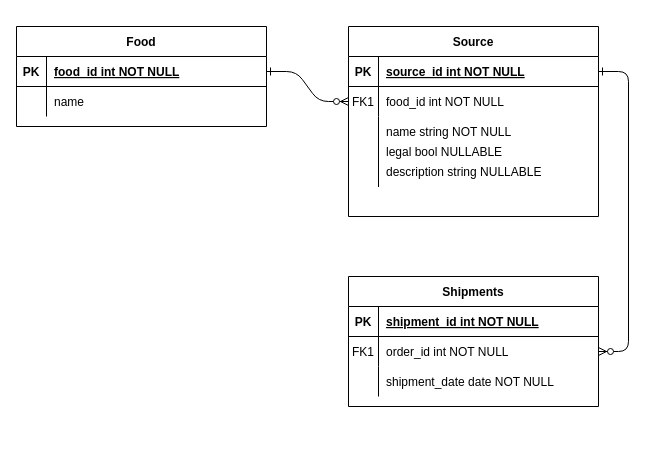
Earlier version of the draw.io diagram Untitled Diagram.drawio (dvnrsn/scd-scraper). Source tidied: cells renumbered, new cells numbered last; positions are measured from the earlier drawing's top-left corner, leaving out a move shared by most shapes. Both pictures are drawn from the tidied source at 100%, with x=0, y=0 at pixel (16, 26).
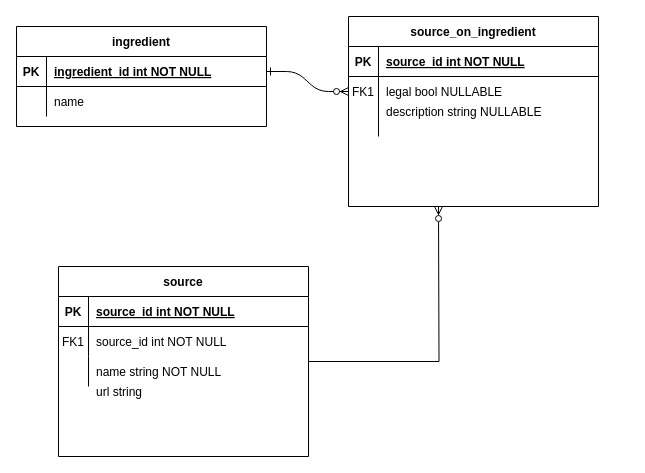
Above is the later version.

Commit message:
Isolate source

The change refers to these unchanged cells:
```xml
<mxCell id="5" style="shape=partialRectangle;fillColor=none;points=[[0,0.5],[1,0.5]];portConstraint=eastwest;top=0;left=0;right=0;bottom=1;" parent="4" vertex="1">
  <mxGeometry y="30" width="250" height="30" as="geometry" />
</mxCell>
<mxCell id="8" style="shape=partialRectangle;fillColor=none;points=[[0,0.5],[1,0.5]];portConstraint=eastwest;top=0;left=0;right=0;bottom=0;" parent="4" vertex="1">
  <mxGeometry y="60" width="250" height="30" as="geometry" />
</mxCell>
<mxCell id="11" style="shape=partialRectangle;fillColor=none;top=0;left=0;right=0;bottom=0;" parent="4" vertex="1">
  <mxGeometry y="90" width="250" height="30" as="geometry" />
</mxCell>
<mxCell id="25" style="shape=partialRectangle;fillColor=none;points=[[0,0.5],[1,0.5]];portConstraint=eastwest;top=0;left=0;right=0;bottom=1;" parent="24" vertex="1">
  <mxGeometry y="30" width="250" height="30" as="geometry" />
</mxCell>
```

Change to the diagram source:
```diff
@@
-    <mxCell id="3" style="edgeStyle=entityRelationEdgeStyle;endArrow=ERzeroToMany;startArrow=ERone;endFill=1;startFill=0;" parent="1" edge="1" source="5" target="18">
-      <mxGeometry relative="1" as="geometry" />
-    </mxCell>
-    <mxCell id="4" value="Source" style="shape=table;startSize=30;childLayout=tableLayout;rowLines=0;fontStyle=1;align=center;" parent="1" vertex="1">
-      <mxGeometry x="332" width="250" height="190" as="geometry" />
+    <mxCell id="4" value="source_on_ingredient" style="shape=table;startSize=30;childLayout=tableLayout;rowLines=0;fontStyle=1;align=center;" parent="1" vertex="1">
+      <mxGeometry x="332" y="-10" width="250" height="190" as="geometry" />
     </mxCell>
@@
-    <mxCell id="10" value="food_id int NOT NULL" style="shape=partialRectangle;overflow=hidden;fillColor=none;top=0;left=0;bottom=0;right=0;align=left;spacingLeft=6;" parent="8" vertex="1">
+    <mxCell id="10" style="shape=partialRectangle;overflow=hidden;fillColor=none;top=0;left=0;bottom=0;right=0;align=left;spacingLeft=6;" parent="8" vertex="1">
       <mxGeometry x="30" width="220" height="30" as="geometry" />
     </mxCell>
@@
-    <mxCell id="13" value="name string NOT NULL" style="shape=partialRectangle;overflow=hidden;fillColor=none;top=0;left=0;bottom=0;right=0;align=left;spacingLeft=6;" parent="11" vertex="1">
+    <mxCell id="13" style="shape=partialRectangle;overflow=hidden;fillColor=none;top=0;left=0;bottom=0;right=0;align=left;spacingLeft=6;" parent="11" vertex="1">
       <mxGeometry x="30" width="220" height="30" as="geometry" />
     </mxCell>
-    <mxCell id="14" value="Shipments" style="shape=table;startSize=30;childLayout=tableLayout;rowLines=0;fontStyle=1;align=center;" parent="1" vertex="1">
-      <mxGeometry x="332" y="250" width="250" height="130" as="geometry" />
-    </mxCell>
-    <mxCell id="15" style="shape=partialRectangle;fillColor=none;top=0;left=0;right=0;bottom=1;" parent="14" vertex="1">
-      <mxGeometry y="30" width="250" height="30" as="geometry" />
-    </mxCell>
-    <mxCell id="16" value="PK" style="shape=partialRectangle;overflow=hidden;fillColor=none;top=0;left=0;bottom=0;right=0;fontStyle=1;" parent="15" vertex="1">
-      <mxGeometry width="30" height="30" as="geometry" />
-    </mxCell>
-    <mxCell id="17" value="shipment_id int NOT NULL " style="shape=partialRectangle;overflow=hidden;fillColor=none;top=0;left=0;bottom=0;right=0;align=left;spacingLeft=6;fontStyle=5;" parent="15" vertex="1">
-      <mxGeometry x="30" width="220" height="30" as="geometry" />
-    </mxCell>
-    <mxCell id="18" style="shape=partialRectangle;fillColor=none;points=[[0,0.5],[1,0.5]];portConstraint=eastwest;top=0;left=0;right=0;bottom=0;" parent="14" vertex="1">
-      <mxGeometry y="60" width="250" height="30" as="geometry" />
-    </mxCell>
-    <mxCell id="19" value="FK1" style="shape=partialRectangle;overflow=hidden;fillColor=none;top=0;left=0;bottom=0;right=0;" parent="18" vertex="1">
-      <mxGeometry width="30" height="30" as="geometry" />
-    </mxCell>
-    <mxCell id="20" value="order_id int NOT NULL" style="shape=partialRectangle;overflow=hidden;fillColor=none;top=0;left=0;bottom=0;right=0;align=left;spacingLeft=6;" parent="18" vertex="1">
-      <mxGeometry x="30" width="220" height="30" as="geometry" />
-    </mxCell>
-    <mxCell id="21" style="shape=partialRectangle;fillColor=none;top=0;left=0;right=0;bottom=0;" parent="14" vertex="1">
-      <mxGeometry y="90" width="250" height="30" as="geometry" />
-    </mxCell>
-    <mxCell id="22" style="shape=partialRectangle;overflow=hidden;fillColor=none;top=0;left=0;bottom=0;right=0;" parent="21" vertex="1">
-      <mxGeometry width="30" height="30" as="geometry" />
-    </mxCell>
-    <mxCell id="23" value="shipment_date date NOT NULL" style="shape=partialRectangle;overflow=hidden;fillColor=none;top=0;left=0;bottom=0;right=0;align=left;spacingLeft=6;" parent="21" vertex="1">
-      <mxGeometry x="30" width="220" height="30" as="geometry" />
-    </mxCell>
-    <mxCell id="24" value="Food" style="shape=table;startSize=30;childLayout=tableLayout;rowLines=0;fontStyle=1;align=center;" parent="1" vertex="1">
+    <mxCell id="24" value="ingredient" style="shape=table;startSize=30;childLayout=tableLayout;rowLines=0;fontStyle=1;align=center;" parent="1" vertex="1">
       <mxGeometry width="250" height="100" as="geometry" />
     </mxCell>
@@
-    <mxCell id="27" value="food_id int NOT NULL " style="shape=partialRectangle;overflow=hidden;fillColor=none;top=0;left=0;bottom=0;right=0;align=left;spacingLeft=6;fontStyle=5;" parent="25" vertex="1">
+    <mxCell id="27" value="ingredient_id int NOT NULL " style="shape=partialRectangle;overflow=hidden;fillColor=none;top=0;left=0;bottom=0;right=0;align=left;spacingLeft=6;fontStyle=5;" parent="25" vertex="1">
       <mxGeometry x="30" width="220" height="30" as="geometry" />
     </mxCell>
@@
     <mxCell id="31" value="legal bool NULLABLE" style="shape=partialRectangle;overflow=hidden;fillColor=none;top=0;left=1;bottom=0;right=0;align=left;spacingLeft=6;" parent="1" vertex="1">
-      <mxGeometry x="362" y="110" width="220" height="30" as="geometry" />
+      <mxGeometry x="362" y="50" width="220" height="30" as="geometry" />
     </mxCell>
     <mxCell id="32" value="description string NULLABLE" style="shape=partialRectangle;overflow=hidden;fillColor=none;top=0;left=1;bottom=0;right=0;align=left;spacingLeft=6;" parent="1" vertex="1">
-      <mxGeometry x="362" y="130" width="220" height="30" as="geometry" />
+      <mxGeometry x="362" y="70" width="220" height="30" as="geometry" />
     </mxCell>
+    <mxCell id="33" style="edgeStyle=orthogonalEdgeStyle;rounded=0;jettySize=auto;html=1;endArrow=ERzeroToMany;endFill=0;" parent="1" edge="1" source="34">
+      <mxGeometry relative="1" as="geometry">
+        <mxPoint x="422" y="180" as="targetPoint" />
+      </mxGeometry>
+    </mxCell>
+    <mxCell id="34" value="source" style="shape=table;startSize=30;childLayout=tableLayout;rowLines=0;fontStyle=1;align=center;" parent="1" vertex="1">
+      <mxGeometry x="42" y="240" width="250" height="190" as="geometry" />
+    </mxCell>
+    <mxCell id="15" style="shape=partialRectangle;fillColor=none;top=0;left=0;right=0;bottom=1;" parent="34" vertex="1">
+      <mxGeometry y="30" width="250" height="30" as="geometry" />
+    </mxCell>
+    <mxCell id="16" value="PK" style="shape=partialRectangle;overflow=hidden;fillColor=none;top=0;left=0;bottom=0;right=0;fontStyle=1;" parent="15" vertex="1">
+      <mxGeometry width="30" height="30" as="geometry" />
+    </mxCell>
+    <mxCell id="35" value="source_id int NOT NULL " style="shape=partialRectangle;overflow=hidden;fillColor=none;top=0;left=0;bottom=0;right=0;align=left;spacingLeft=6;fontStyle=5;" parent="15" vertex="1">
+      <mxGeometry x="30" width="220" height="30" as="geometry" />
+    </mxCell>
+    <mxCell id="18" style="shape=partialRectangle;fillColor=none;points=[[0,0.5],[1,0.5]];portConstraint=eastwest;top=0;left=0;right=0;bottom=0;" parent="34" vertex="1">
+      <mxGeometry y="60" width="250" height="30" as="geometry" />
+    </mxCell>
+    <mxCell id="19" value="FK1" style="shape=partialRectangle;overflow=hidden;fillColor=none;top=0;left=0;bottom=0;right=0;" parent="18" vertex="1">
+      <mxGeometry width="30" height="30" as="geometry" />
+    </mxCell>
+    <mxCell id="36" value="source_id int NOT NULL" style="shape=partialRectangle;overflow=hidden;fillColor=none;top=0;left=0;bottom=0;right=0;align=left;spacingLeft=6;" parent="18" vertex="1">
+      <mxGeometry x="30" width="220" height="30" as="geometry" />
+    </mxCell>
+    <mxCell id="21" style="shape=partialRectangle;fillColor=none;top=0;left=0;right=0;bottom=0;" parent="34" vertex="1">
+      <mxGeometry y="90" width="250" height="30" as="geometry" />
+    </mxCell>
+    <mxCell id="22" style="shape=partialRectangle;overflow=hidden;fillColor=none;top=0;left=0;bottom=0;right=0;" parent="21" vertex="1">
+      <mxGeometry width="30" height="30" as="geometry" />
+    </mxCell>
+    <mxCell id="37" value="name string NOT NULL" style="shape=partialRectangle;overflow=hidden;fillColor=none;top=0;left=0;bottom=0;right=0;align=left;spacingLeft=6;" parent="21" vertex="1">
+      <mxGeometry x="30" width="220" height="30" as="geometry" />
+    </mxCell>
+    <mxCell id="38" value="url string" style="shape=partialRectangle;overflow=hidden;fillColor=none;top=0;left=0;bottom=0;right=0;align=left;spacingLeft=6;" parent="1" vertex="1">
+      <mxGeometry x="72" y="350" width="220" height="30" as="geometry" />
+    </mxCell>
```
